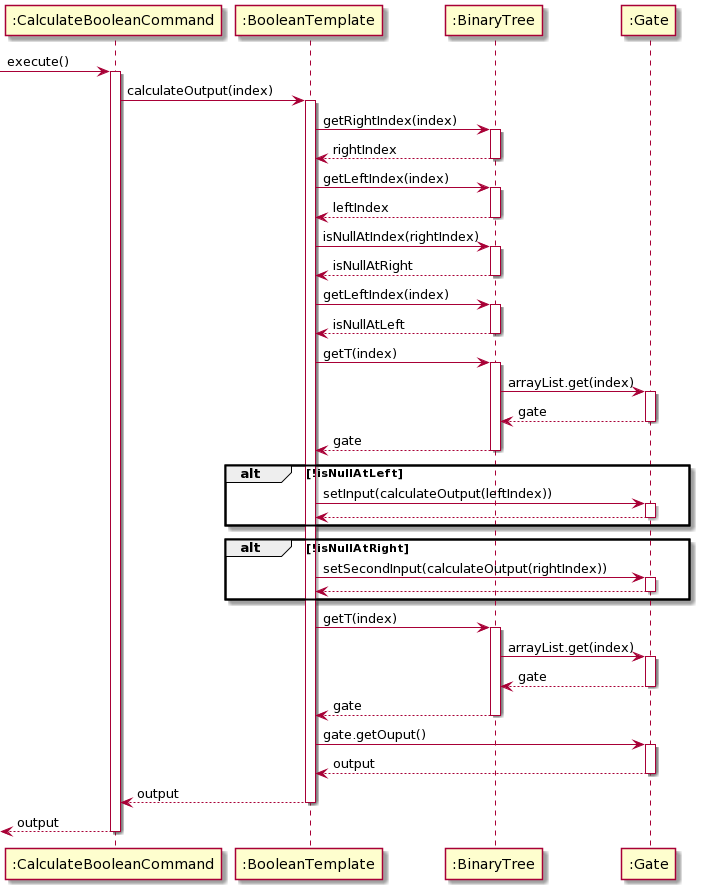
Above: docs/diagrams/CalcBooleanCommand.png in sevenseasofbri/tp (PlantUML), before the change.
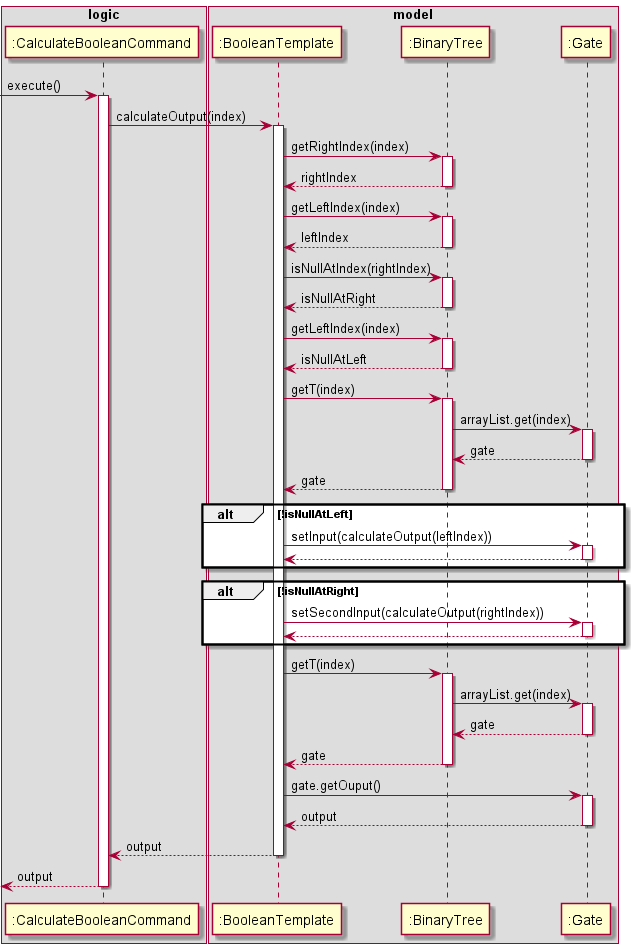
Later version of the same file.

Diff of the diagram source:
```diff
@@ -1,90 +1,101 @@
 @startuml
-[-> ":CalculateBooleanCommand" : execute()
-activate ":CalculateBooleanCommand"
 
-":CalculateBooleanCommand" -> ":BooleanTemplate" : calculateOutput(index)
-activate ":BooleanTemplate"
+box logic
+participant ":CalculateBooleanCommand" as Calc
+end box
 
-":BooleanTemplate" -> ":BinaryTree" : getRightIndex(index)
-activate ":BinaryTree"
+box model
+participant ":BooleanTemplate" as Bool
+participant ":BinaryTree" as BT
+participant ":Gate" as Gate
+end box
 
-":BinaryTree" --> ":BooleanTemplate" : rightIndex
-deactivate ":BinaryTree"
+[-> Calc : execute()
+activate Calc
 
-":BooleanTemplate" -> ":BinaryTree" : getLeftIndex(index)
-activate ":BinaryTree"
+Calc -> Bool : calculateOutput(index)
+activate Bool
 
-":BinaryTree" --> ":BooleanTemplate" : leftIndex
-deactivate ":BinaryTree"
+Bool -> BT : getRightIndex(index)
+activate BT
 
-":BooleanTemplate" -> ":BinaryTree" : isNullAtIndex(rightIndex)
-activate ":BinaryTree"
+BT --> Bool : rightIndex
+deactivate BT
 
-":BinaryTree" --> ":BooleanTemplate" : isNullAtRight
-deactivate ":BinaryTree"
+Bool -> BT : getLeftIndex(index)
+activate BT
 
-":BooleanTemplate" -> ":BinaryTree" : getLeftIndex(index)
-activate ":BinaryTree"
+BT --> Bool : leftIndex
+deactivate BT
 
-":BinaryTree" --> ":BooleanTemplate" : isNullAtLeft
-deactivate ":BinaryTree"
+Bool -> BT : isNullAtIndex(rightIndex)
+activate BT
 
-":BooleanTemplate" -> ":BinaryTree": getT(index)
-activate ":BinaryTree"
+BT --> Bool : isNullAtRight
+deactivate BT
 
-":BinaryTree" -> ":Gate" : arrayList.get(index)
-activate ":Gate"
+Bool -> BT : getLeftIndex(index)
+activate BT
 
-":Gate" --> ":BinaryTree" : gate
-deactivate ":Gate"
+BT --> Bool : isNullAtLeft
+deactivate BT
 
-":BinaryTree" --> ":BooleanTemplate": gate
-deactivate ":BinaryTree"
+Bool -> BT: getT(index)
+activate BT
+
+BT -> Gate : arrayList.get(index)
+activate Gate
+
+Gate --> BT : gate
+deactivate Gate
+
+BT --> Bool: gate
+deactivate BT
 
 alt !isNullAtLeft
 
-":BooleanTemplate" -> ":Gate": setInput(calculateOutput(leftIndex))
-activate ":Gate"
+Bool -> Gate: setInput(calculateOutput(leftIndex))
+activate Gate
 
-":Gate" --> ":BooleanTemplate"
-deactivate ":Gate"
+Gate --> Bool
+deactivate Gate
 
 end
 
 alt !isNullAtRight
 
-":BooleanTemplate" -> ":Gate" : setSecondInput(calculateOutput(rightIndex))
-activate ":Gate"
+Bool -> Gate : setSecondInput(calculateOutput(rightIndex))
+activate Gate
 
-":Gate" --> ":BooleanTemplate"
-deactivate ":Gate"
+Gate --> Bool
+deactivate Gate
 
 end
 
-deactivate ":Gate"
-deactivate ":Gate"
+deactivate Gate
+deactivate Gate
 
-":BooleanTemplate" -> ":BinaryTree": getT(index)
-activate ":BinaryTree"
+Bool -> BT: getT(index)
+activate BT
 
-":BinaryTree" -> ":Gate": arrayList.get(index)
-activate ":Gate"
+BT -> Gate: arrayList.get(index)
+activate Gate
 
-":Gate" --> ":BinaryTree" : gate
-deactivate ":Gate"
+Gate --> BT : gate
+deactivate Gate
 
-":BinaryTree" --> ":BooleanTemplate" : gate
-deactivate ":BinaryTree"
+BT --> Bool : gate
+deactivate BT
 
-":BooleanTemplate" -> ":Gate" : gate.getOuput()
-activate ":Gate"
+Bool -> Gate : gate.getOuput()
+activate Gate
 
-":Gate" --> ":BooleanTemplate": output
-deactivate ":Gate"
+Gate --> Bool: output
+deactivate Gate
 
-":BooleanTemplate" --> ":CalculateBooleanCommand": output
-deactivate ":BooleanTemplate"
+Bool --> Calc: output
+deactivate Bool
 
-[<-- ":CalculateBooleanCommand": output
-deactivate ":CalculateBooleanCommand"
+[<-- Calc: output
+deactivate Calc
 @enduml
```
